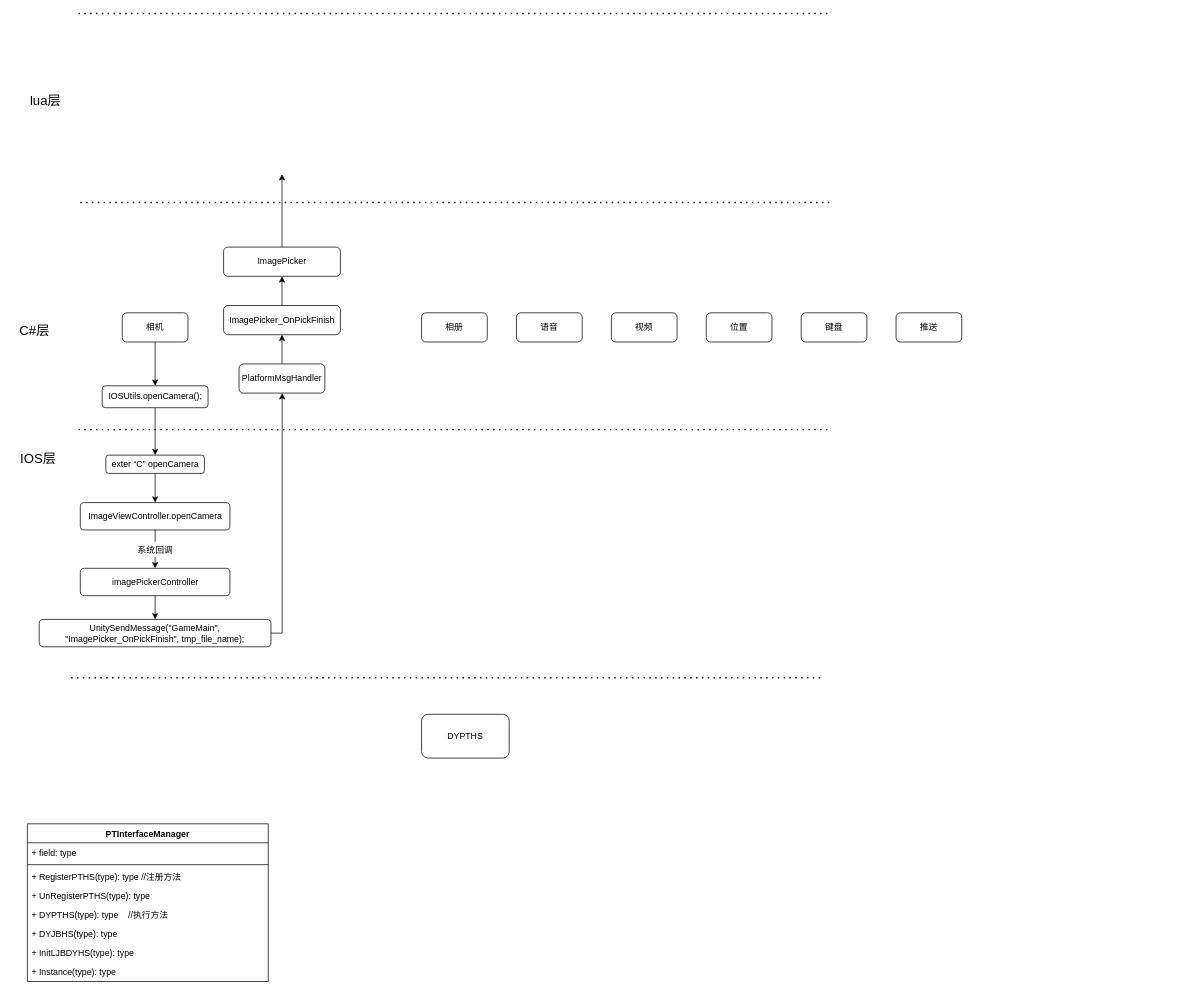
Before: SDK.drawio in gatzai/DrawioStorage, a draw.io diagram. Source tidied: cells renumbered, new cells numbered last; positions are measured from the earlier drawing's top-left corner, leaving out a move shared by most shapes. Both pictures are drawn from the tidied source at 73%, with x=0, y=0 at pixel (12, 13).
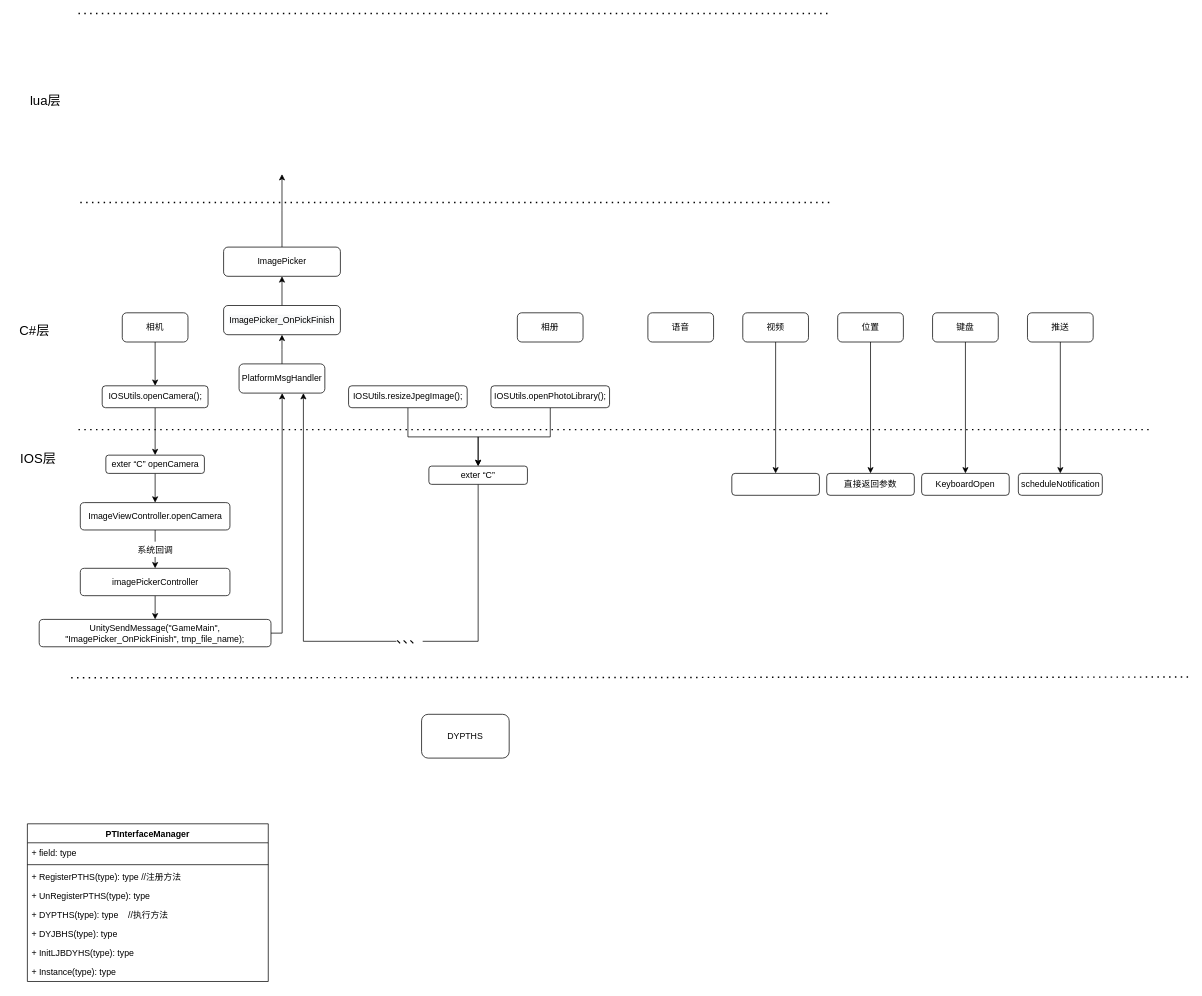
Above is the later version.

The change refers to these unchanged cells:
```xml
<mxCell id="38" value="PlatformMsgHandler" style="rounded=1;whiteSpace=wrap;html=1;" parent="1" vertex="1">
  <mxGeometry x="310" y="480" width="117.5" height="40" as="geometry" />
</mxCell>
```

What changed in the source:
```diff
@@
     <mxCell id="14" value="相册" style="rounded=1;whiteSpace=wrap;html=1;" parent="1" vertex="1">
-      <mxGeometry x="560" y="410" width="90" height="40" as="geometry" />
+      <mxGeometry x="691.2" y="410" width="90" height="40" as="geometry" />
     </mxCell>
     <mxCell id="15" value="语音" style="rounded=1;whiteSpace=wrap;html=1;" parent="1" vertex="1">
-      <mxGeometry x="690" y="410" width="90" height="40" as="geometry" />
+      <mxGeometry x="870" y="410" width="90" height="40" as="geometry" />
     </mxCell>
+    <mxCell id="43" style="edgeStyle=orthogonalEdgeStyle;rounded=0;jettySize=auto;html=1;fontSize=18;" parent="1" edge="1" source="16" target="57">
+      <mxGeometry relative="1" as="geometry" />
+    </mxCell>
     <mxCell id="16" value="视频" style="rounded=1;whiteSpace=wrap;html=1;" parent="1" vertex="1">
-      <mxGeometry x="820" y="410" width="90" height="40" as="geometry" />
+      <mxGeometry x="1000" y="410" width="90" height="40" as="geometry" />
     </mxCell>
+    <mxCell id="44" style="edgeStyle=orthogonalEdgeStyle;rounded=0;jettySize=auto;html=1;fontSize=18;" parent="1" edge="1" source="17" target="56">
+      <mxGeometry relative="1" as="geometry" />
+    </mxCell>
     <mxCell id="17" value="位置" style="rounded=1;whiteSpace=wrap;html=1;" parent="1" vertex="1">
-      <mxGeometry x="950" y="410" width="90" height="40" as="geometry" />
+      <mxGeometry x="1130" y="410" width="90" height="40" as="geometry" />
     </mxCell>
+    <mxCell id="45" style="edgeStyle=orthogonalEdgeStyle;rounded=0;jettySize=auto;html=1;fontSize=18;" parent="1" edge="1" source="18" target="55">
+      <mxGeometry relative="1" as="geometry" />
+    </mxCell>
     <mxCell id="18" value="键盘" style="rounded=1;whiteSpace=wrap;html=1;" parent="1" vertex="1">
-      <mxGeometry x="1080" y="410" width="90" height="40" as="geometry" />
+      <mxGeometry x="1260" y="410" width="90" height="40" as="geometry" />
     </mxCell>
+    <mxCell id="46" style="edgeStyle=orthogonalEdgeStyle;rounded=0;jettySize=auto;html=1;fontSize=18;" parent="1" edge="1" source="19" target="54">
+      <mxGeometry relative="1" as="geometry" />
+    </mxCell>
     <mxCell id="19" value="推送" style="rounded=1;whiteSpace=wrap;html=1;" parent="1" vertex="1">
-      <mxGeometry x="1210" y="410" width="90" height="40" as="geometry" />
+      <mxGeometry x="1390" y="410" width="90" height="40" as="geometry" />
     </mxCell>
@@
     <mxCell id="22" style="endArrow=none;dashed=1;html=1;dashPattern=1 3;strokeWidth=2;" parent="1" edge="1">
       <mxGeometry relative="1" as="geometry">
         <mxPoint x="90" y="570" as="sourcePoint" />
-        <mxPoint x="1120" y="570" as="targetPoint" />
+        <mxPoint x="1560" y="570" as="targetPoint" />
       </mxGeometry>
     </mxCell>
     <mxCell id="23" style="endArrow=none;dashed=1;html=1;dashPattern=1 3;strokeWidth=2;" parent="1" edge="1">
       <mxGeometry relative="1" as="geometry">
         <mxPoint x="80" y="910" as="sourcePoint" />
-        <mxPoint x="1110" y="910" as="targetPoint" />
+        <mxPoint x="1610" y="909" as="targetPoint" />
       </mxGeometry>
     </mxCell>
@@
+    <mxCell id="47" style="edgeStyle=orthogonalEdgeStyle;rounded=0;jettySize=auto;html=1;fontSize=18;" parent="1" edge="1" source="48" target="53">
+      <mxGeometry relative="1" as="geometry" />
+    </mxCell>
+    <mxCell id="48" value="IOSUtils.openPhotoLibrary();" style="whiteSpace=wrap;html=1;rounded=1;" parent="1" vertex="1">
+      <mxGeometry x="655" y="510" width="162.5" height="30" as="geometry" />
+    </mxCell>
+    <mxCell id="49" style="edgeStyle=orthogonalEdgeStyle;rounded=0;jettySize=auto;html=1;fontSize=18;" parent="1" edge="1" source="50" target="53">
+      <mxGeometry relative="1" as="geometry" />
+    </mxCell>
+    <mxCell id="50" value="IOSUtils.resizeJpegImage();" style="whiteSpace=wrap;html=1;rounded=1;" parent="1" vertex="1">
+      <mxGeometry x="460" y="510" width="162.5" height="30" as="geometry" />
+    </mxCell>
+    <mxCell id="51" style="edgeStyle=orthogonalEdgeStyle;rounded=0;jettySize=auto;html=1;entryX=0.75;entryY=1;entryDx=0;entryDy=0;fontSize=18;" parent="1" edge="1" source="53" target="38">
+      <mxGeometry relative="1" as="geometry">
+        <Array as="points">
+          <mxPoint x="637" y="860" />
+          <mxPoint x="398" y="860" />
+        </Array>
+      </mxGeometry>
+    </mxCell>
+    <mxCell id="52" value="、、、" style="edgeLabel;html=1;align=center;verticalAlign=middle;fontSize=18;" parent="51" vertex="1">
+      <mxGeometry x="-0.22" y="-4" relative="1" as="geometry" />
+    </mxCell>
+    <mxCell id="53" value="exter “C”" style="whiteSpace=wrap;html=1;rounded=1;" parent="1" vertex="1">
+      <mxGeometry x="570" y="620" width="135" height="25" as="geometry" />
+    </mxCell>
+    <mxCell id="54" value="scheduleNotification" style="whiteSpace=wrap;html=1;rounded=1;" parent="1" vertex="1">
+      <mxGeometry x="1377.5" y="630" width="115" height="30" as="geometry" />
+    </mxCell>
+    <mxCell id="55" value="KeyboardOpen" style="whiteSpace=wrap;html=1;rounded=1;" parent="1" vertex="1">
+      <mxGeometry x="1245" y="630" width="120" height="30" as="geometry" />
+    </mxCell>
+    <mxCell id="56" value="直接返回参数" style="whiteSpace=wrap;html=1;rounded=1;" parent="1" vertex="1">
+      <mxGeometry x="1115" y="630" width="120" height="30" as="geometry" />
+    </mxCell>
+    <mxCell id="57" style="whiteSpace=wrap;html=1;rounded=1;" parent="1" vertex="1">
+      <mxGeometry x="985" y="630" width="120" height="30" as="geometry" />
+    </mxCell>
```
